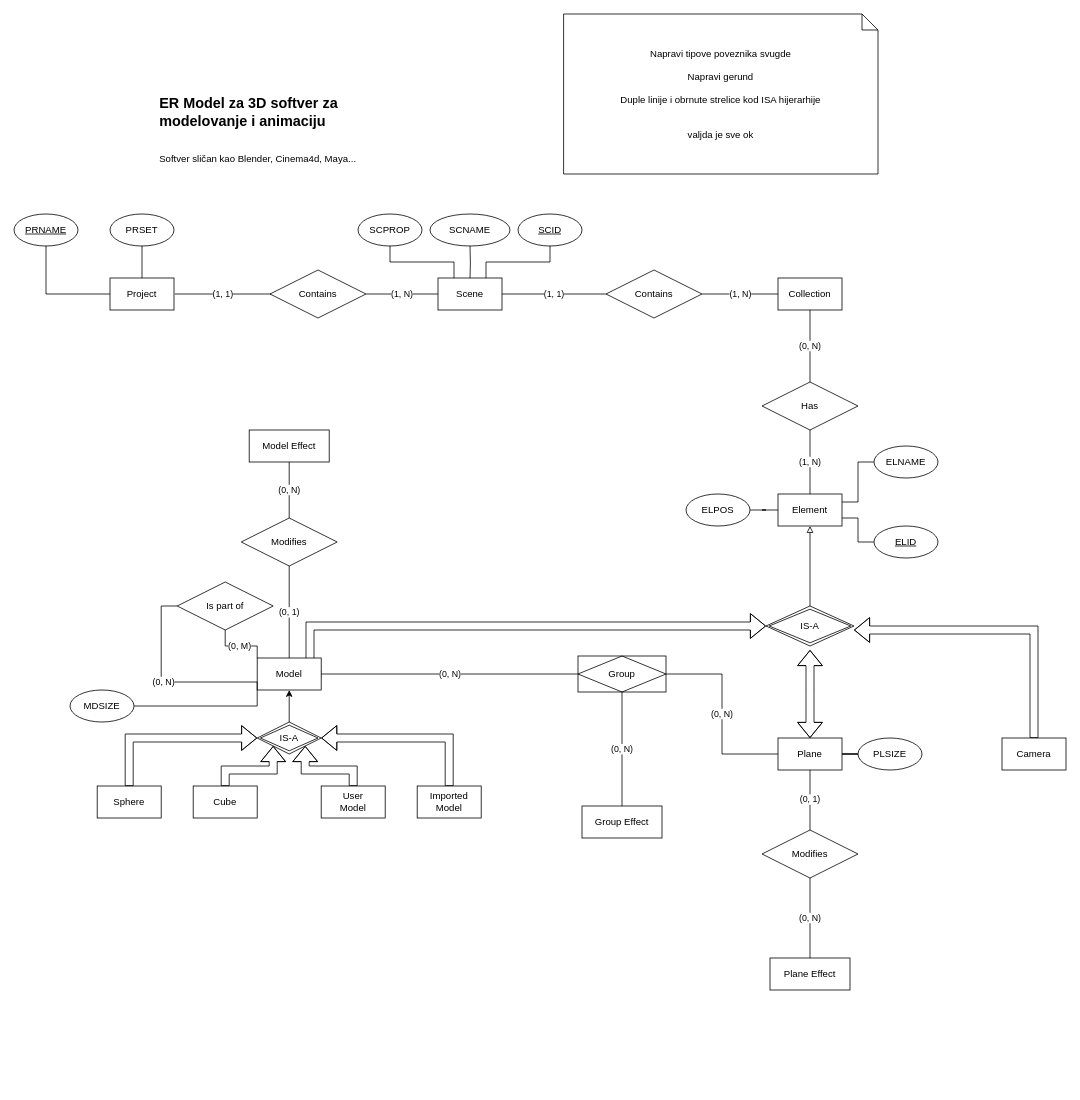
Before: 3d_Softw_ER_Model.drawio in Ikkjo/3d-modeling-db, a draw.io diagram. Source tidied: cells renumbered, new cells numbered last; positions are measured from the earlier drawing's top-left corner, leaving out a move shared by most shapes. Both pictures are drawn from the tidied source at 80%, with x=0, y=0 at pixel (14, 14).
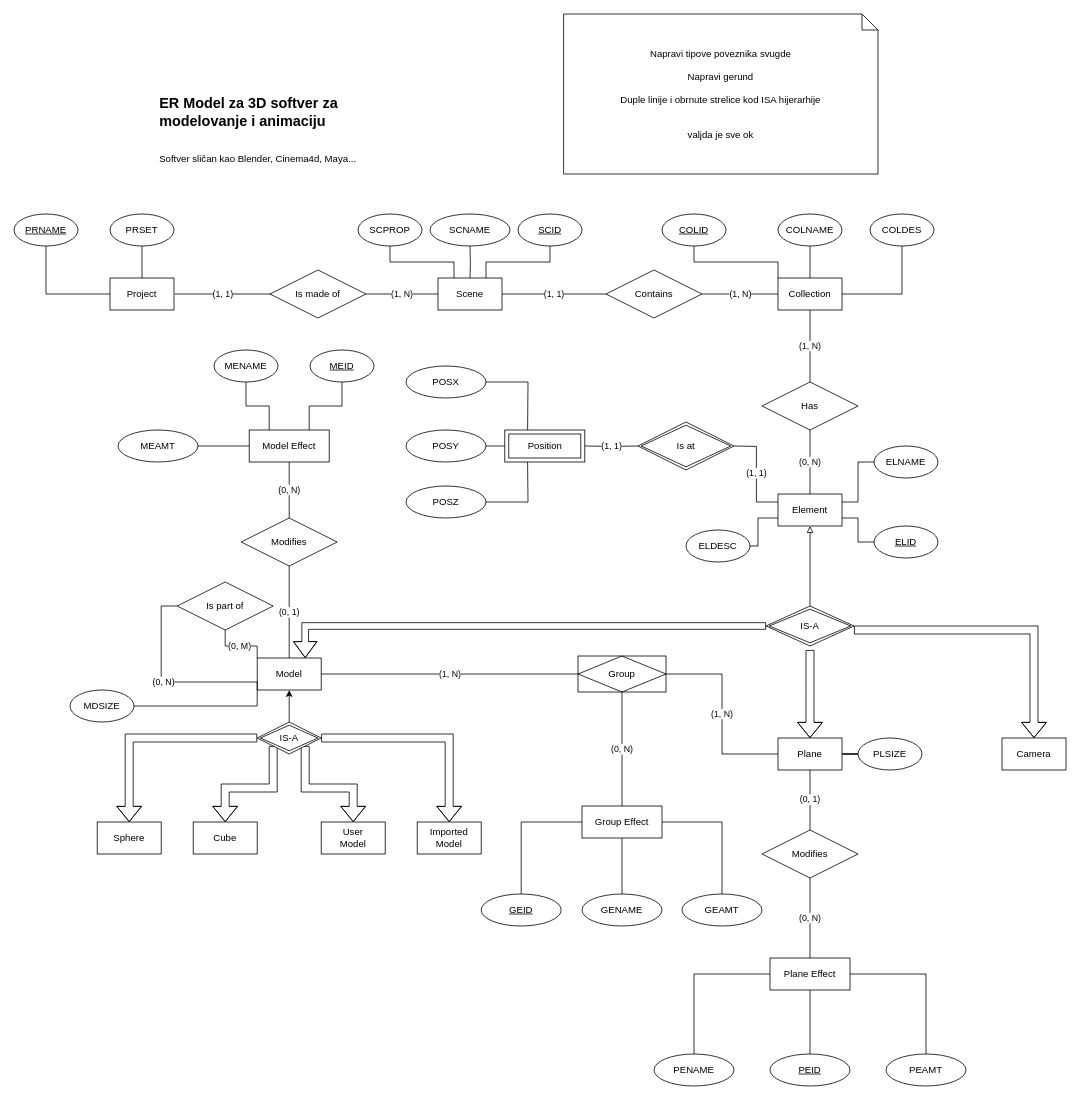
After the change.

Unchanged cells that the change refers to:
```xml
<mxCell id="12" value="Camera" style="whiteSpace=wrap;html=1;align=center;" parent="1" vertex="1">
  <mxGeometry x="1235" y="905" width="80" height="40" as="geometry" />
</mxCell>
<mxCell id="16" value="Model" style="whiteSpace=wrap;html=1;align=center;" parent="1" vertex="1">
  <mxGeometry x="304" y="805" width="80" height="40" as="geometry" />
</mxCell>
<mxCell id="23" value="&lt;div&gt;IS-A&lt;/div&gt;" style="shape=rhombus;double=1;perimeter=rhombusPerimeter;whiteSpace=wrap;html=1;align=center;" parent="1" vertex="1">
  <mxGeometry x="304" y="885" width="80" height="40" as="geometry" />
</mxCell>
<mxCell id="36" value="Plane" style="whiteSpace=wrap;html=1;align=center;" parent="1" vertex="1">
  <mxGeometry x="955" y="905" width="80" height="40" as="geometry" />
</mxCell>
<mxCell id="38" value="Collection" style="whiteSpace=wrap;html=1;align=center;" parent="1" vertex="1">
  <mxGeometry x="955" y="330" width="80" height="40" as="geometry" />
</mxCell>
<mxCell id="40" value="Element" style="whiteSpace=wrap;html=1;align=center;" parent="1" vertex="1">
  <mxGeometry x="955" y="600" width="80" height="40" as="geometry" />
</mxCell>
<mxCell id="46" value="&lt;div&gt;IS-A&lt;/div&gt;" style="shape=rhombus;double=1;perimeter=rhombusPerimeter;whiteSpace=wrap;html=1;align=center;" parent="1" vertex="1">
  <mxGeometry x="940" y="740" width="110" height="50" as="geometry" />
</mxCell>
<mxCell id="54" value="Has" style="shape=rhombus;perimeter=rhombusPerimeter;whiteSpace=wrap;html=1;align=center;" parent="1" vertex="1">
  <mxGeometry x="935" y="460" width="120" height="60" as="geometry" />
</mxCell>
<mxCell id="60" value="Group Effect" style="whiteSpace=wrap;html=1;align=center;" parent="1" vertex="1">
  <mxGeometry x="710" y="990" width="100" height="40" as="geometry" />
</mxCell>
<mxCell id="62" value="Group" style="shape=associativeEntity;whiteSpace=wrap;html=1;align=center;" parent="1" vertex="1">
  <mxGeometry x="705" y="802.5" width="110" height="45" as="geometry" />
</mxCell>
<mxCell id="64" value="Plane Effect" style="whiteSpace=wrap;html=1;align=center;" parent="1" vertex="1">
  <mxGeometry x="945" y="1180" width="100" height="40" as="geometry" />
</mxCell>
<mxCell id="65" value="Model Effect" style="whiteSpace=wrap;html=1;align=center;" parent="1" vertex="1">
  <mxGeometry x="294" y="520" width="100" height="40" as="geometry" />
</mxCell>
```

What changed in the source:
```diff
@@
-    <mxCell id="11" style="edgeStyle=orthogonalEdgeStyle;rounded=0;jettySize=auto;html=1;entryX=1;entryY=0.5;entryDx=0;entryDy=0;endArrow=classic;endFill=1;shape=flexArrow;" parent="1" edge="1" source="12">
+    <mxCell id="11" style="edgeStyle=orthogonalEdgeStyle;rounded=0;jettySize=auto;html=1;entryX=1;entryY=0.5;entryDx=0;entryDy=0;endArrow=none;endFill=0;shape=flexArrow;startArrow=block;" parent="1" edge="1" source="12">
       <mxGeometry relative="1" as="geometry">
         <mxPoint x="1050" y="770" as="targetPoint" />
         <Array as="points">
           <mxPoint x="1275" y="770" />
         </Array>
       </mxGeometry>
     </mxCell>
@@
-    <mxCell id="14" style="edgeStyle=orthogonalEdgeStyle;rounded=0;jettySize=auto;html=1;exitX=1;exitY=0.5;exitDx=0;exitDy=0;entryX=0;entryY=0.5;entryDx=0;entryDy=0;startArrow=none;startFill=0;endArrow=block;endFill=0;fillColor=none;shape=flexArrow;" parent="1" edge="1" source="16" target="46">
+    <mxCell id="14" style="edgeStyle=orthogonalEdgeStyle;rounded=0;jettySize=auto;html=1;entryX=0;entryY=0.5;entryDx=0;entryDy=0;startArrow=block;startFill=0;endArrow=none;endFill=0;fillColor=none;shape=flexArrow;width=8.333333333333334;startSize=6.333333333333333;exitX=0.75;exitY=0;exitDx=0;exitDy=0;" parent="1" edge="1" source="16" target="46">
       <mxGeometry relative="1" as="geometry">
         <Array as="points">
-          <mxPoint x="370" y="825" />
-          <mxPoint x="370" y="765" />
+          <mxPoint x="364" y="765" />
         </Array>
       </mxGeometry>
     </mxCell>
-    <mxCell id="15" value="(0, N)" style="edgeStyle=orthogonalEdgeStyle;rounded=0;jettySize=auto;html=1;exitX=1;exitY=0.5;exitDx=0;exitDy=0;entryX=0;entryY=0.5;entryDx=0;entryDy=0;startArrow=none;startFill=0;endArrow=none;endFill=0;fillColor=none;" parent="1" edge="1" source="16" target="62">
+    <mxCell id="15" value="(1, N)" style="edgeStyle=orthogonalEdgeStyle;rounded=0;jettySize=auto;html=1;exitX=1;exitY=0.5;exitDx=0;exitDy=0;entryX=0;entryY=0.5;entryDx=0;entryDy=0;startArrow=none;startFill=0;endArrow=none;endFill=0;fillColor=none;" parent="1" edge="1" source="16" target="62">
       <mxGeometry relative="1" as="geometry" />
     </mxCell>
@@
     <mxCell id="17" value="Sphere" style="whiteSpace=wrap;html=1;align=center;imageWidth=30;imageHeight=30;" parent="1" vertex="1">
-      <mxGeometry x="104" y="965" width="80" height="40" as="geometry" />
+      <mxGeometry x="104" y="1010" width="80" height="40" as="geometry" />
     </mxCell>
     <mxCell id="18" value="Cube" style="whiteSpace=wrap;html=1;align=center;imageWidth=30;imageHeight=30;" parent="1" vertex="1">
-      <mxGeometry x="224" y="965" width="80" height="40" as="geometry" />
+      <mxGeometry x="224" y="1010" width="80" height="40" as="geometry" />
     </mxCell>
-    <mxCell id="19" style="edgeStyle=orthogonalEdgeStyle;rounded=0;jettySize=auto;html=1;exitX=0;exitY=0.5;exitDx=0;exitDy=0;entryX=0.5;entryY=0;entryDx=0;entryDy=0;startArrow=classic;startFill=1;endArrow=none;endFill=0;shape=flexArrow;" parent="1" edge="1" source="23" target="17">
+    <mxCell id="19" style="edgeStyle=orthogonalEdgeStyle;rounded=0;jettySize=auto;html=1;exitX=0;exitY=0.5;exitDx=0;exitDy=0;entryX=0.5;entryY=0;entryDx=0;entryDy=0;startArrow=none;startFill=0;endArrow=block;endFill=0;shape=flexArrow;" parent="1" edge="1" source="23" target="17">
       <mxGeometry relative="1" as="geometry" />
     </mxCell>
-    <mxCell id="20" style="edgeStyle=orthogonalEdgeStyle;rounded=0;jettySize=auto;html=1;exitX=0;exitY=1;exitDx=0;exitDy=0;startArrow=classic;startFill=1;endArrow=none;endFill=0;shape=flexArrow;" parent="1" edge="1" source="23" target="18">
+    <mxCell id="20" style="edgeStyle=orthogonalEdgeStyle;rounded=0;jettySize=auto;html=1;exitX=0;exitY=1;exitDx=0;exitDy=0;startArrow=none;startFill=0;endArrow=block;endFill=0;shape=flexArrow;" parent="1" edge="1" source="23" target="18">
       <mxGeometry relative="1" as="geometry" />
     </mxCell>
-    <mxCell id="21" style="edgeStyle=orthogonalEdgeStyle;rounded=0;jettySize=auto;html=1;exitX=1;exitY=1;exitDx=0;exitDy=0;entryX=0.5;entryY=0;entryDx=0;entryDy=0;startArrow=classic;startFill=1;endArrow=none;endFill=0;shape=flexArrow;" parent="1" edge="1" source="23" target="24">
+    <mxCell id="21" style="edgeStyle=orthogonalEdgeStyle;rounded=0;jettySize=auto;html=1;exitX=1;exitY=1;exitDx=0;exitDy=0;entryX=0.5;entryY=0;entryDx=0;entryDy=0;startArrow=none;startFill=0;endArrow=block;endFill=0;shape=flexArrow;" parent="1" edge="1" source="23" target="24">
       <mxGeometry relative="1" as="geometry" />
     </mxCell>
-    <mxCell id="22" style="edgeStyle=orthogonalEdgeStyle;rounded=0;jettySize=auto;html=1;exitX=1;exitY=0.5;exitDx=0;exitDy=0;startArrow=classic;startFill=1;endArrow=none;endFill=0;shape=flexArrow;" parent="1" edge="1" source="23" target="25">
+    <mxCell id="22" style="edgeStyle=orthogonalEdgeStyle;rounded=0;jettySize=auto;html=1;exitX=1;exitY=0.5;exitDx=0;exitDy=0;startArrow=none;startFill=0;endArrow=block;endFill=0;shape=flexArrow;" parent="1" edge="1" source="23" target="25">
       <mxGeometry relative="1" as="geometry" />
     </mxCell>
@@
     <mxCell id="24" value="&lt;div&gt;User&lt;/div&gt;&lt;div&gt;Model&lt;/div&gt;" style="whiteSpace=wrap;html=1;align=center;imageWidth=30;imageHeight=30;" parent="1" vertex="1">
-      <mxGeometry x="384" y="965" width="80" height="40" as="geometry" />
+      <mxGeometry x="384" y="1010" width="80" height="40" as="geometry" />
     </mxCell>
     <mxCell id="25" value="&lt;div&gt;Imported Model&lt;/div&gt;" style="whiteSpace=wrap;html=1;align=center;imageWidth=30;imageHeight=30;" parent="1" vertex="1">
-      <mxGeometry x="504" y="965" width="80" height="40" as="geometry" />
+      <mxGeometry x="504" y="1010" width="80" height="40" as="geometry" />
     </mxCell>
@@
-    <mxCell id="35" style="edgeStyle=orthogonalEdgeStyle;rounded=0;jettySize=auto;html=1;endArrow=block;endFill=0;shape=flexArrow;startArrow=block;" parent="1" edge="1" source="36">
+    <mxCell id="35" style="edgeStyle=orthogonalEdgeStyle;rounded=0;jettySize=auto;html=1;endArrow=none;endFill=0;shape=flexArrow;startArrow=block;startFill=0;" parent="1" edge="1" source="36">
       <mxGeometry relative="1" as="geometry">
         <mxPoint x="995" y="795" as="targetPoint" />
       </mxGeometry>
     </mxCell>
@@
-    <mxCell id="37" value="(0, N)" style="edgeStyle=orthogonalEdgeStyle;rounded=0;jettySize=auto;html=1;exitX=0.5;exitY=1;exitDx=0;exitDy=0;endArrow=none;endFill=0;" parent="1" edge="1" source="38" target="54">
+    <mxCell id="37" value="(1, N)" style="edgeStyle=orthogonalEdgeStyle;rounded=0;jettySize=auto;html=1;exitX=0.5;exitY=1;exitDx=0;exitDy=0;endArrow=none;endFill=0;" parent="1" edge="1" source="38" target="54">
       <mxGeometry relative="1" as="geometry" />
     </mxCell>
+    <mxCell id="71" style="edgeStyle=orthogonalEdgeStyle;rounded=0;jettySize=auto;html=1;exitX=0.5;exitY=0;exitDx=0;exitDy=0;startArrow=none;startFill=0;endArrow=none;endFill=0;" parent="1" edge="1" source="38" target="74">
+      <mxGeometry relative="1" as="geometry" />
+    </mxCell>
@@
-    <mxCell id="39" value="(1, N)" style="edgeStyle=orthogonalEdgeStyle;rounded=0;jettySize=auto;html=1;exitX=0.5;exitY=0;exitDx=0;exitDy=0;entryX=0.5;entryY=1;entryDx=0;entryDy=0;endArrow=none;endFill=0;" parent="1" edge="1" source="40" target="54">
+    <mxCell id="39" value="(0, N)" style="edgeStyle=orthogonalEdgeStyle;rounded=0;jettySize=auto;html=1;exitX=0.5;exitY=0;exitDx=0;exitDy=0;entryX=0.5;entryY=1;entryDx=0;entryDy=0;endArrow=none;endFill=0;" parent="1" edge="1" source="40" target="54">
       <mxGeometry relative="1" as="geometry" />
     </mxCell>
@@
-    <mxCell id="41" style="edgeStyle=orthogonalEdgeStyle;rounded=0;jettySize=auto;html=1;endArrow=none;endFill=0;" parent="1" edge="1" source="42" target="40">
-      <mxGeometry relative="1" as="geometry" />
-    </mxCell>
-    <mxCell id="42" value="ELPOS" style="ellipse;whiteSpace=wrap;html=1;align=center;" parent="1" vertex="1">
-      <mxGeometry x="840" y="600" width="80" height="40" as="geometry" />
-    </mxCell>
@@
-    <mxCell id="51" value="Contains" style="shape=rhombus;perimeter=rhombusPerimeter;whiteSpace=wrap;html=1;align=center;" parent="1" vertex="1">
+    <mxCell id="51" value="Is made of" style="shape=rhombus;perimeter=rhombusPerimeter;whiteSpace=wrap;html=1;align=center;" parent="1" vertex="1">
       <mxGeometry x="320" y="320" width="120" height="60" as="geometry" />
     </mxCell>
@@
-    <mxCell id="61" value="(0, N)" style="edgeStyle=orthogonalEdgeStyle;rounded=0;jettySize=auto;html=1;exitX=1;exitY=0.5;exitDx=0;exitDy=0;entryX=0;entryY=0.5;entryDx=0;entryDy=0;startArrow=none;startFill=0;endArrow=none;endFill=0;fillColor=none;" parent="1" edge="1" source="62" target="36">
+    <mxCell id="61" value="(1, N)" style="edgeStyle=orthogonalEdgeStyle;rounded=0;jettySize=auto;html=1;exitX=1;exitY=0.5;exitDx=0;exitDy=0;entryX=0;entryY=0.5;entryDx=0;entryDy=0;startArrow=none;startFill=0;endArrow=none;endFill=0;fillColor=none;" parent="1" edge="1" source="62" target="36">
       <mxGeometry relative="1" as="geometry" />
     </mxCell>
@@
+    <mxCell id="72" style="edgeStyle=orthogonalEdgeStyle;rounded=0;jettySize=auto;html=1;exitX=0.5;exitY=1;exitDx=0;exitDy=0;entryX=0;entryY=0;entryDx=0;entryDy=0;startArrow=none;startFill=0;endArrow=none;endFill=0;" parent="1" edge="1" source="73" target="38">
+      <mxGeometry relative="1" as="geometry" />
+    </mxCell>
+    <mxCell id="73" value="COLID" style="ellipse;whiteSpace=wrap;html=1;align=center;fontStyle=4;" parent="1" vertex="1">
+      <mxGeometry x="810" y="250" width="80" height="40" as="geometry" />
+    </mxCell>
+    <mxCell id="74" value="COLNAME" style="ellipse;whiteSpace=wrap;html=1;align=center;" parent="1" vertex="1">
+      <mxGeometry x="955" y="250" width="80" height="40" as="geometry" />
+    </mxCell>
+    <mxCell id="75" style="edgeStyle=orthogonalEdgeStyle;rounded=0;jettySize=auto;html=1;exitX=0.5;exitY=1;exitDx=0;exitDy=0;entryX=1;entryY=0.5;entryDx=0;entryDy=0;startArrow=none;startFill=0;endArrow=none;endFill=0;" parent="1" edge="1" source="76" target="38">
+      <mxGeometry relative="1" as="geometry" />
+    </mxCell>
+    <mxCell id="76" value="COLDES" style="ellipse;whiteSpace=wrap;html=1;align=center;" parent="1" vertex="1">
+      <mxGeometry x="1070" y="250" width="80" height="40" as="geometry" />
+    </mxCell>
+    <mxCell id="77" style="edgeStyle=orthogonalEdgeStyle;rounded=0;jettySize=auto;html=1;exitX=1;exitY=0.5;exitDx=0;exitDy=0;entryX=0;entryY=0.75;entryDx=0;entryDy=0;startArrow=none;startFill=0;endArrow=none;endFill=0;" parent="1" edge="1" source="78" target="40">
+      <mxGeometry relative="1" as="geometry">
+        <Array as="points">
+          <mxPoint x="930" y="665" />
+          <mxPoint x="930" y="630" />
+        </Array>
+      </mxGeometry>
+    </mxCell>
+    <mxCell id="78" value="ELDESC" style="ellipse;whiteSpace=wrap;html=1;align=center;" parent="1" vertex="1">
+      <mxGeometry x="840" y="645" width="80" height="40" as="geometry" />
+    </mxCell>
+    <mxCell id="79" style="edgeStyle=orthogonalEdgeStyle;rounded=0;jettySize=auto;html=1;exitX=0.5;exitY=1;exitDx=0;exitDy=0;entryX=0.25;entryY=0;entryDx=0;entryDy=0;startArrow=none;startFill=0;endArrow=none;endFill=0;" parent="1" edge="1" source="80" target="65">
+      <mxGeometry relative="1" as="geometry" />
+    </mxCell>
+    <mxCell id="80" value="MENAME" style="ellipse;whiteSpace=wrap;html=1;align=center;" parent="1" vertex="1">
+      <mxGeometry x="250" y="420" width="80" height="40" as="geometry" />
+    </mxCell>
+    <mxCell id="81" style="edgeStyle=orthogonalEdgeStyle;rounded=0;jettySize=auto;html=1;exitX=0.5;exitY=1;exitDx=0;exitDy=0;entryX=0.75;entryY=0;entryDx=0;entryDy=0;startArrow=none;startFill=0;endArrow=none;endFill=0;" parent="1" edge="1" source="82" target="65">
+      <mxGeometry relative="1" as="geometry" />
+    </mxCell>
+    <mxCell id="82" value="MEID" style="ellipse;whiteSpace=wrap;html=1;align=center;fontStyle=4;" parent="1" vertex="1">
+      <mxGeometry x="370" y="420" width="80" height="40" as="geometry" />
+    </mxCell>
+    <mxCell id="83" style="edgeStyle=orthogonalEdgeStyle;rounded=0;jettySize=auto;html=1;exitX=0.5;exitY=0;exitDx=0;exitDy=0;entryX=0;entryY=0.5;entryDx=0;entryDy=0;startArrow=none;startFill=0;endArrow=none;endFill=0;" parent="1" edge="1" source="84" target="60">
+      <mxGeometry relative="1" as="geometry" />
+    </mxCell>
+    <mxCell id="84" value="GEID" style="ellipse;whiteSpace=wrap;html=1;align=center;fontStyle=4;" parent="1" vertex="1">
+      <mxGeometry x="584" y="1100" width="100" height="40" as="geometry" />
+    </mxCell>
+    <mxCell id="85" style="edgeStyle=orthogonalEdgeStyle;rounded=0;jettySize=auto;html=1;exitX=1;exitY=0.5;exitDx=0;exitDy=0;entryX=0;entryY=0.5;entryDx=0;entryDy=0;startArrow=none;startFill=0;endArrow=none;endFill=0;" parent="1" edge="1" source="86" target="65">
+      <mxGeometry relative="1" as="geometry" />
+    </mxCell>
+    <mxCell id="86" value="MEAMT" style="ellipse;whiteSpace=wrap;html=1;align=center;" parent="1" vertex="1">
+      <mxGeometry x="130" y="520" width="100" height="40" as="geometry" />
+    </mxCell>
+    <mxCell id="87" style="edgeStyle=orthogonalEdgeStyle;rounded=0;jettySize=auto;html=1;exitX=1;exitY=0.5;exitDx=0;exitDy=0;entryX=0.25;entryY=0;entryDx=0;entryDy=0;startArrow=none;startFill=0;endArrow=none;endFill=0;" parent="1" edge="1" source="88">
+      <mxGeometry relative="1" as="geometry">
+        <mxPoint x="642" y="520" as="targetPoint" />
+      </mxGeometry>
+    </mxCell>
+    <mxCell id="88" value="POSX" style="ellipse;whiteSpace=wrap;html=1;align=center;" parent="1" vertex="1">
+      <mxGeometry x="490" y="440" width="100" height="40" as="geometry" />
+    </mxCell>
+    <mxCell id="89" style="edgeStyle=orthogonalEdgeStyle;rounded=0;jettySize=auto;html=1;exitX=1;exitY=0.5;exitDx=0;exitDy=0;entryX=0;entryY=0.5;entryDx=0;entryDy=0;startArrow=none;startFill=0;endArrow=none;endFill=0;" parent="1" edge="1" source="90">
+      <mxGeometry relative="1" as="geometry">
+        <mxPoint x="617" y="540" as="targetPoint" />
+      </mxGeometry>
+    </mxCell>
+    <mxCell id="90" value="POSY" style="ellipse;whiteSpace=wrap;html=1;align=center;" parent="1" vertex="1">
+      <mxGeometry x="490" y="520" width="100" height="40" as="geometry" />
+    </mxCell>
+    <mxCell id="91" style="edgeStyle=orthogonalEdgeStyle;rounded=0;jettySize=auto;html=1;exitX=1;exitY=0.5;exitDx=0;exitDy=0;entryX=0.25;entryY=1;entryDx=0;entryDy=0;startArrow=none;startFill=0;endArrow=none;endFill=0;" parent="1" edge="1" source="92">
+      <mxGeometry relative="1" as="geometry">
+        <mxPoint x="642" y="560" as="targetPoint" />
+      </mxGeometry>
+    </mxCell>
+    <mxCell id="92" value="POSZ" style="ellipse;whiteSpace=wrap;html=1;align=center;" parent="1" vertex="1">
+      <mxGeometry x="490" y="590" width="100" height="40" as="geometry" />
+    </mxCell>
+    <mxCell id="93" value="Position" style="shape=ext;margin=3;double=1;whiteSpace=wrap;html=1;align=center;" parent="1" vertex="1">
+      <mxGeometry x="613.5" y="520" width="100" height="40" as="geometry" />
+    </mxCell>
+    <mxCell id="94" value="(1, 1)" style="edgeStyle=orthogonalEdgeStyle;rounded=0;jettySize=auto;html=1;exitX=0;exitY=0.5;exitDx=0;exitDy=0;startArrow=none;startFill=0;endArrow=none;endFill=0;" parent="1" edge="1" target="93">
+      <mxGeometry relative="1" as="geometry">
+        <mxPoint x="780" y="540" as="sourcePoint" />
+      </mxGeometry>
+    </mxCell>
+    <mxCell id="95" value="(1, 1)" style="edgeStyle=orthogonalEdgeStyle;rounded=0;jettySize=auto;html=1;exitX=1;exitY=0.5;exitDx=0;exitDy=0;entryX=0;entryY=0.25;entryDx=0;entryDy=0;startArrow=none;startFill=0;endArrow=none;endFill=0;" parent="1" edge="1" target="40">
+      <mxGeometry relative="1" as="geometry">
+        <mxPoint x="900" y="540" as="sourcePoint" />
+      </mxGeometry>
+    </mxCell>
+    <mxCell id="96" style="edgeStyle=orthogonalEdgeStyle;rounded=0;jettySize=auto;html=1;exitX=0.5;exitY=0;exitDx=0;exitDy=0;entryX=0.5;entryY=1;entryDx=0;entryDy=0;startArrow=none;startFill=0;endArrow=none;endFill=0;" parent="1" edge="1" source="97" target="60">
+      <mxGeometry relative="1" as="geometry" />
+    </mxCell>
+    <mxCell id="97" value="GENAME" style="ellipse;whiteSpace=wrap;html=1;align=center;" parent="1" vertex="1">
+      <mxGeometry x="710" y="1100" width="100" height="40" as="geometry" />
+    </mxCell>
+    <mxCell id="98" style="edgeStyle=orthogonalEdgeStyle;rounded=0;jettySize=auto;html=1;exitX=0.5;exitY=0;exitDx=0;exitDy=0;entryX=1;entryY=0.5;entryDx=0;entryDy=0;startArrow=none;startFill=0;endArrow=none;endFill=0;" parent="1" edge="1" source="99" target="60">
+      <mxGeometry relative="1" as="geometry" />
+    </mxCell>
+    <mxCell id="99" value="GEAMT" style="ellipse;whiteSpace=wrap;html=1;align=center;" parent="1" vertex="1">
+      <mxGeometry x="835" y="1100" width="100" height="40" as="geometry" />
+    </mxCell>
+    <mxCell id="100" style="edgeStyle=orthogonalEdgeStyle;rounded=0;jettySize=auto;html=1;exitX=0.5;exitY=0;exitDx=0;exitDy=0;entryX=0;entryY=0.5;entryDx=0;entryDy=0;startArrow=none;startFill=0;endArrow=none;endFill=0;" parent="1" edge="1" source="101" target="64">
+      <mxGeometry relative="1" as="geometry" />
+    </mxCell>
+    <mxCell id="101" value="PENAME" style="ellipse;whiteSpace=wrap;html=1;align=center;" parent="1" vertex="1">
+      <mxGeometry x="800" y="1300" width="100" height="40" as="geometry" />
+    </mxCell>
+    <mxCell id="102" style="edgeStyle=orthogonalEdgeStyle;rounded=0;jettySize=auto;html=1;exitX=0.5;exitY=0;exitDx=0;exitDy=0;entryX=0.5;entryY=1;entryDx=0;entryDy=0;startArrow=none;startFill=0;endArrow=none;endFill=0;" parent="1" edge="1" source="103" target="64">
+      <mxGeometry relative="1" as="geometry" />
+    </mxCell>
+    <mxCell id="103" value="PEID" style="ellipse;whiteSpace=wrap;html=1;align=center;fontStyle=4;" parent="1" vertex="1">
+      <mxGeometry x="945" y="1300" width="100" height="40" as="geometry" />
+    </mxCell>
+    <mxCell id="104" style="edgeStyle=orthogonalEdgeStyle;rounded=0;jettySize=auto;html=1;exitX=0.5;exitY=0;exitDx=0;exitDy=0;entryX=1;entryY=0.5;entryDx=0;entryDy=0;startArrow=none;startFill=0;endArrow=none;endFill=0;" parent="1" edge="1" source="105" target="64">
+      <mxGeometry relative="1" as="geometry" />
+    </mxCell>
+    <mxCell id="105" value="PEAMT" style="ellipse;whiteSpace=wrap;html=1;align=center;" parent="1" vertex="1">
+      <mxGeometry x="1090" y="1300" width="100" height="40" as="geometry" />
+    </mxCell>
+    <mxCell id="106" value="Is at" style="shape=rhombus;double=1;perimeter=rhombusPerimeter;whiteSpace=wrap;html=1;align=center;" parent="1" vertex="1">
+      <mxGeometry x="780" y="510" width="120" height="60" as="geometry" />
+    </mxCell>
```
